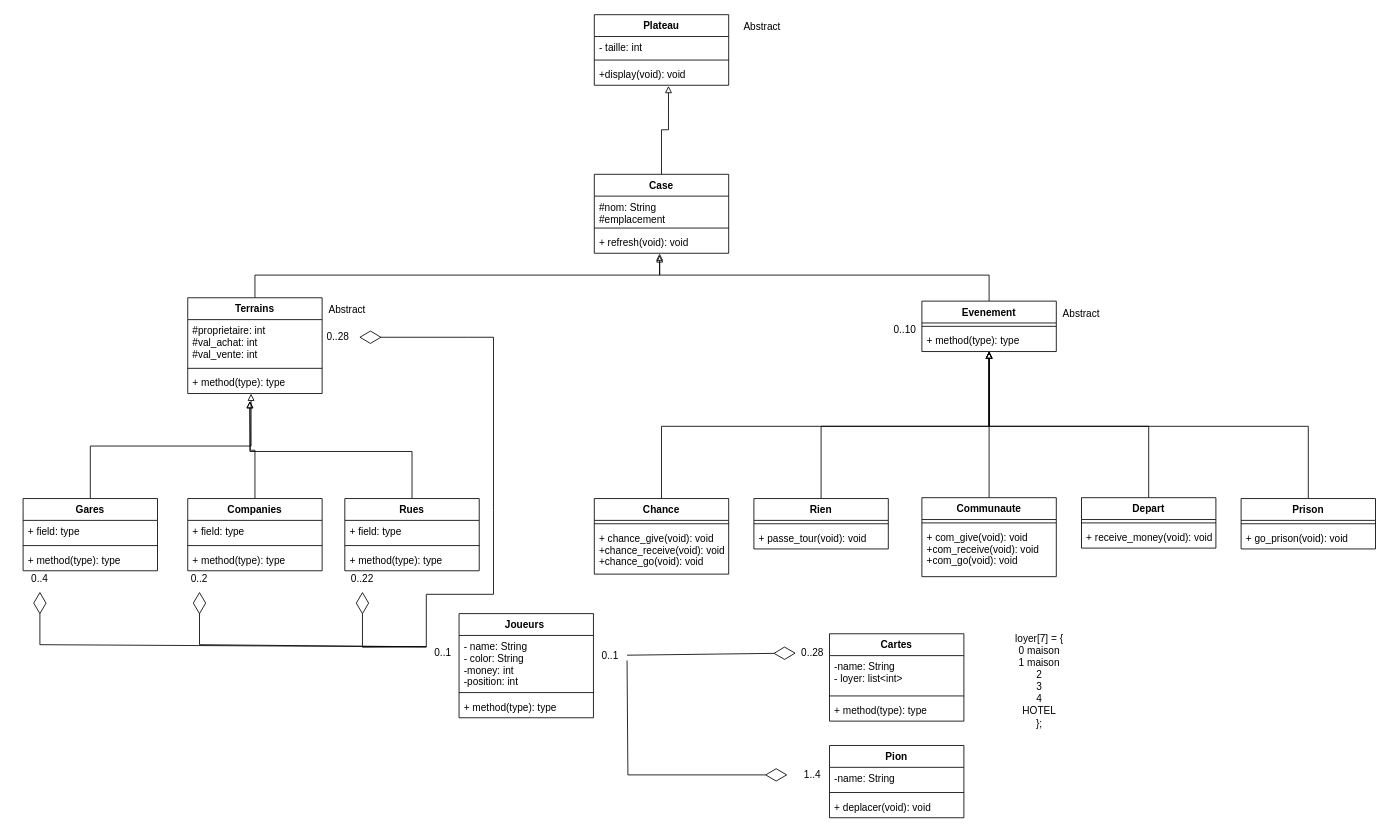
The draw.io diagram UML_Monoply_1.drawio in iblur01/star-fox, before the edit. Source tidied: cells renumbered, new cells numbered last; positions are measured from the earlier drawing's top-left corner, leaving out a move shared by most shapes. Both pictures are drawn from the tidied source at 84%, with x=0, y=0 at pixel (14, 14).
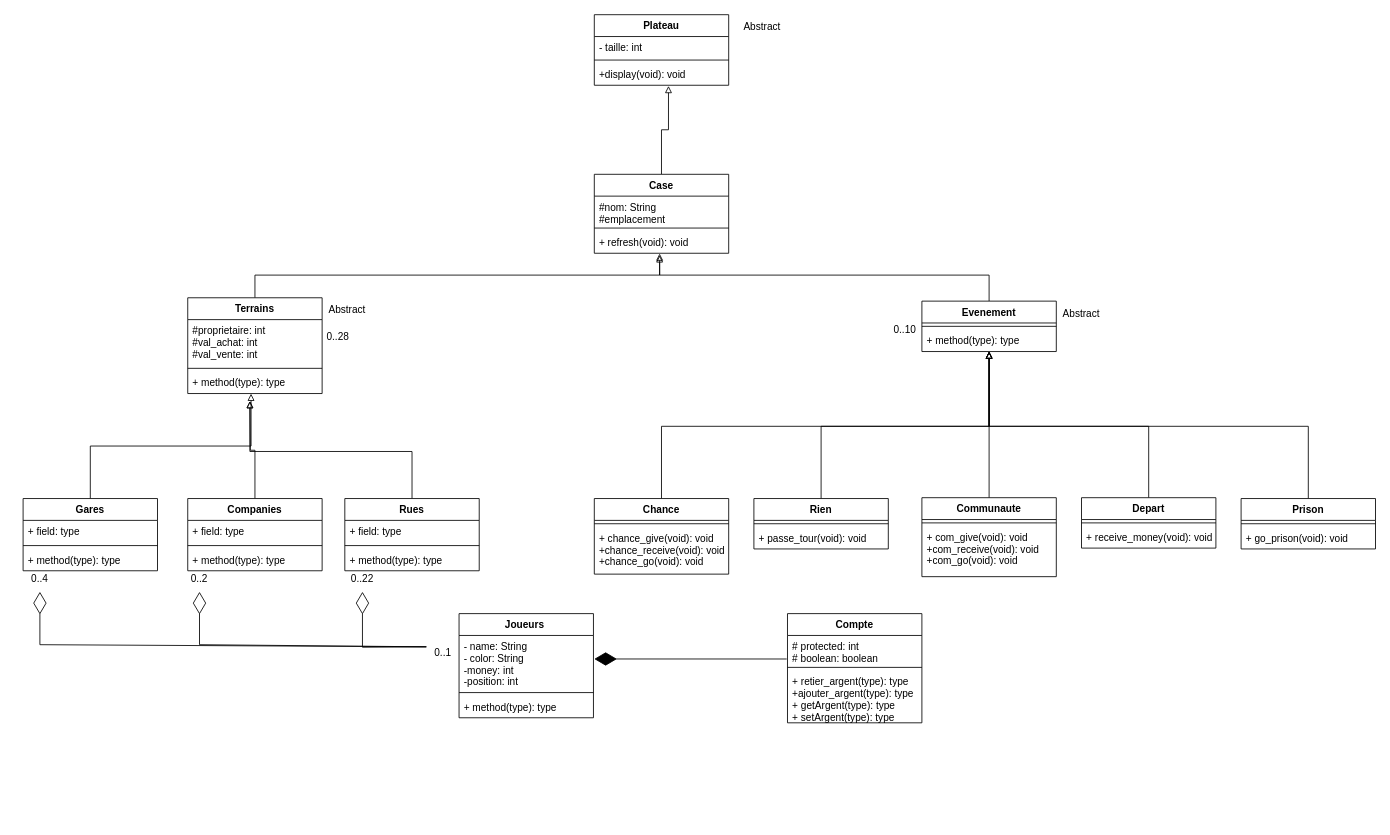
Above is the later version.

Unchanged cells that the change refers to:
```xml
<mxCell id="36" value="0..1" style="text;html=1;strokeColor=none;fillColor=none;align=center;verticalAlign=middle;whiteSpace=wrap;rounded=0;" parent="1" vertex="1">
  <mxGeometry x="490" y="745" width="40" height="30" as="geometry" />
</mxCell>
<mxCell id="38" value="0..28" style="text;html=1;strokeColor=none;fillColor=none;align=center;verticalAlign=middle;whiteSpace=wrap;rounded=0;" parent="1" vertex="1">
  <mxGeometry x="360" y="369" width="50" height="30" as="geometry" />
</mxCell>
```

The edit, as a diff of the source:
```diff
@@
-    <mxCell id="2" value="Cartes" style="swimlane;fontStyle=1;align=center;verticalAlign=top;horizontal=1;startSize=26;" parent="1" vertex="1">
-      <mxGeometry x="970" y="737" width="160" height="104" as="geometry" />
-    </mxCell>
-    <mxCell id="3" value="-name: String&#10;- loyer: list&lt;int&gt;" style="text;strokeColor=none;fillColor=none;align=left;verticalAlign=top;spacingLeft=4;spacingRight=4;overflow=hidden;" parent="2" vertex="1">
-      <mxGeometry y="26" width="160" height="44" as="geometry" />
-    </mxCell>
-    <mxCell id="4" style="line;strokeWidth=1;fillColor=none;align=left;verticalAlign=middle;spacingTop=-1;spacingLeft=3;spacingRight=3;labelPosition=right;strokeColor=inherit;" parent="2" vertex="1">
-      <mxGeometry y="70" width="160" height="8" as="geometry" />
-    </mxCell>
-    <mxCell id="5" value="+ method(type): type" style="text;strokeColor=none;fillColor=none;align=left;verticalAlign=top;spacingLeft=4;spacingRight=4;overflow=hidden;" parent="2" vertex="1">
-      <mxGeometry y="78" width="160" height="26" as="geometry" />
-    </mxCell>
@@
-    <mxCell id="14" value="loyer[7] = {&lt;br&gt;0 maison&lt;br&gt;1 maison&lt;br&gt;2&lt;br&gt;3&lt;br&gt;4&lt;br&gt;HOTEL&lt;br&gt;};" style="text;html=1;strokeColor=none;fillColor=none;align=center;verticalAlign=middle;whiteSpace=wrap;rounded=0;" parent="1" vertex="1">
-      <mxGeometry x="1160" y="745" width="120" height="95" as="geometry" />
-    </mxCell>
@@
-    <mxCell id="37" value="0..1" style="text;html=1;strokeColor=none;fillColor=none;align=center;verticalAlign=middle;whiteSpace=wrap;rounded=0;" parent="1" vertex="1">
-      <mxGeometry x="689" y="750" width="40" height="25" as="geometry" />
-    </mxCell>
@@
-    <mxCell id="39" value="0..28" style="text;html=1;strokeColor=none;fillColor=none;align=center;verticalAlign=middle;whiteSpace=wrap;rounded=0;" parent="1" vertex="1">
-      <mxGeometry x="930" y="745" width="40" height="30" as="geometry" />
-    </mxCell>
@@
-    <mxCell id="43" value="Pion" style="swimlane;fontStyle=1;align=center;verticalAlign=top;horizontal=1;startSize=26;" parent="1" vertex="1">
-      <mxGeometry x="970" y="870" width="160" height="86" as="geometry" />
-    </mxCell>
-    <mxCell id="44" value="-name: String" style="text;strokeColor=none;fillColor=none;align=left;verticalAlign=top;spacingLeft=4;spacingRight=4;overflow=hidden;" parent="43" vertex="1">
-      <mxGeometry y="26" width="160" height="26" as="geometry" />
-    </mxCell>
-    <mxCell id="45" style="line;strokeWidth=1;fillColor=none;align=left;verticalAlign=middle;spacingTop=-1;spacingLeft=3;spacingRight=3;labelPosition=right;strokeColor=inherit;" parent="43" vertex="1">
-      <mxGeometry y="52" width="160" height="8" as="geometry" />
-    </mxCell>
-    <mxCell id="46" value="+ deplacer(void): void" style="text;strokeColor=none;fillColor=none;align=left;verticalAlign=top;spacingLeft=4;spacingRight=4;overflow=hidden;" parent="43" vertex="1">
-      <mxGeometry y="60" width="160" height="26" as="geometry" />
-    </mxCell>
-    <mxCell id="47" value="1..4" style="text;html=1;strokeColor=none;fillColor=none;align=center;verticalAlign=middle;whiteSpace=wrap;rounded=0;" parent="1" vertex="1">
-      <mxGeometry x="920" y="890" width="60" height="30" as="geometry" />
-    </mxCell>
@@
-    <mxCell id="80" style="endArrow=diamondThin;endFill=0;endSize=24;html=1;rounded=0;strokeColor=#000000;exitX=1;exitY=0.5;exitDx=0;exitDy=0;entryX=0;entryY=0.5;entryDx=0;entryDy=0;" parent="1" edge="1" source="37" target="39">
-      <mxGeometry relative="1" as="geometry" />
-    </mxCell>
@@
-    <mxCell id="82" style="endArrow=diamondThin;endFill=0;endSize=24;html=1;rounded=0;strokeColor=#000000;exitX=1;exitY=0.75;exitDx=0;exitDy=0;entryX=0;entryY=0.5;entryDx=0;entryDy=0;" parent="1" edge="1" source="37" target="47">
-      <mxGeometry relative="1" as="geometry">
-        <Array as="points">
-          <mxPoint x="730" y="905" />
-        </Array>
-      </mxGeometry>
-    </mxCell>
@@
-    <mxCell id="85" style="endArrow=diamondThin;endFill=0;endSize=24;html=1;rounded=0;strokeColor=#000000;exitX=0;exitY=0.25;exitDx=0;exitDy=0;entryX=1;entryY=0.5;entryDx=0;entryDy=0;" parent="1" edge="1" source="36" target="38">
-      <mxGeometry relative="1" as="geometry">
-        <Array as="points">
-          <mxPoint x="490" y="690" />
-          <mxPoint x="570" y="690" />
-          <mxPoint x="570" y="590" />
-          <mxPoint x="570" y="384" />
-          <mxPoint x="540" y="384" />
-        </Array>
-      </mxGeometry>
-    </mxCell>
+    <mxCell id="86" value="Compte" style="swimlane;fontStyle=1;align=center;verticalAlign=top;horizontal=1;startSize=26;" parent="1" vertex="1">
+      <mxGeometry x="920" y="713" width="160" height="130" as="geometry" />
+    </mxCell>
+    <mxCell id="87" value="# protected: int&#10;# boolean: boolean " style="text;strokeColor=none;fillColor=none;align=left;verticalAlign=top;spacingLeft=4;spacingRight=4;overflow=hidden;points=[[0,0.5],[1,0.5]];portConstraint=eastwest;" parent="86" vertex="1">
+      <mxGeometry y="26" width="160" height="34" as="geometry" />
+    </mxCell>
+    <mxCell id="88" style="line;strokeWidth=1;fillColor=none;align=left;verticalAlign=middle;spacingTop=-1;spacingLeft=3;spacingRight=3;labelPosition=right;strokeColor=inherit;" parent="86" vertex="1">
+      <mxGeometry y="60" width="160" height="8" as="geometry" />
+    </mxCell>
+    <mxCell id="89" value="+ retier_argent(type): type&#10;+ajouter_argent(type): type&#10;+ getArgent(type): type&#10;+ setArgent(type): type" style="text;strokeColor=none;fillColor=none;align=left;verticalAlign=top;spacingLeft=4;spacingRight=4;overflow=hidden;" parent="86" vertex="1">
+      <mxGeometry y="68" width="160" height="62" as="geometry" />
+    </mxCell>
+    <mxCell id="90" style="endArrow=diamondThin;endFill=1;endSize=24;html=1;rounded=0;exitX=-0.006;exitY=0.824;exitDx=0;exitDy=0;exitPerimeter=0;" parent="1" edge="1" source="87">
+      <mxGeometry relative="1" as="geometry">
+        <mxPoint x="690" y="767" as="targetPoint" />
+      </mxGeometry>
+    </mxCell>
```
